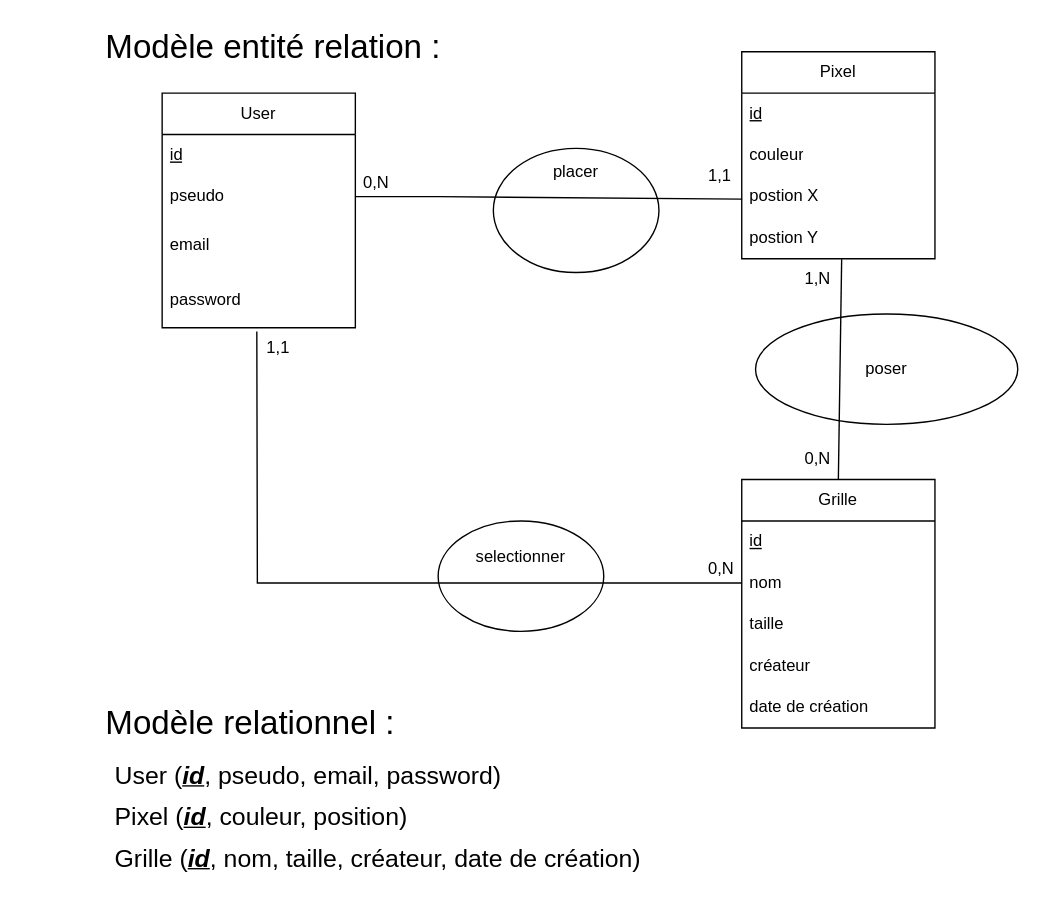
Before: model bdd/Pixel_war_modele_entite_association_et_relationnel.drawio in HelleEvan/Projet_Pixel_War_Helle_Evan, a draw.io diagram. Source tidied: cells renumbered, new cells numbered last; positions are measured from the earlier drawing's top-left corner, leaving out a move shared by most shapes. Both pictures are drawn from the tidied source at 138%, with x=0, y=0 at pixel (23, 23).
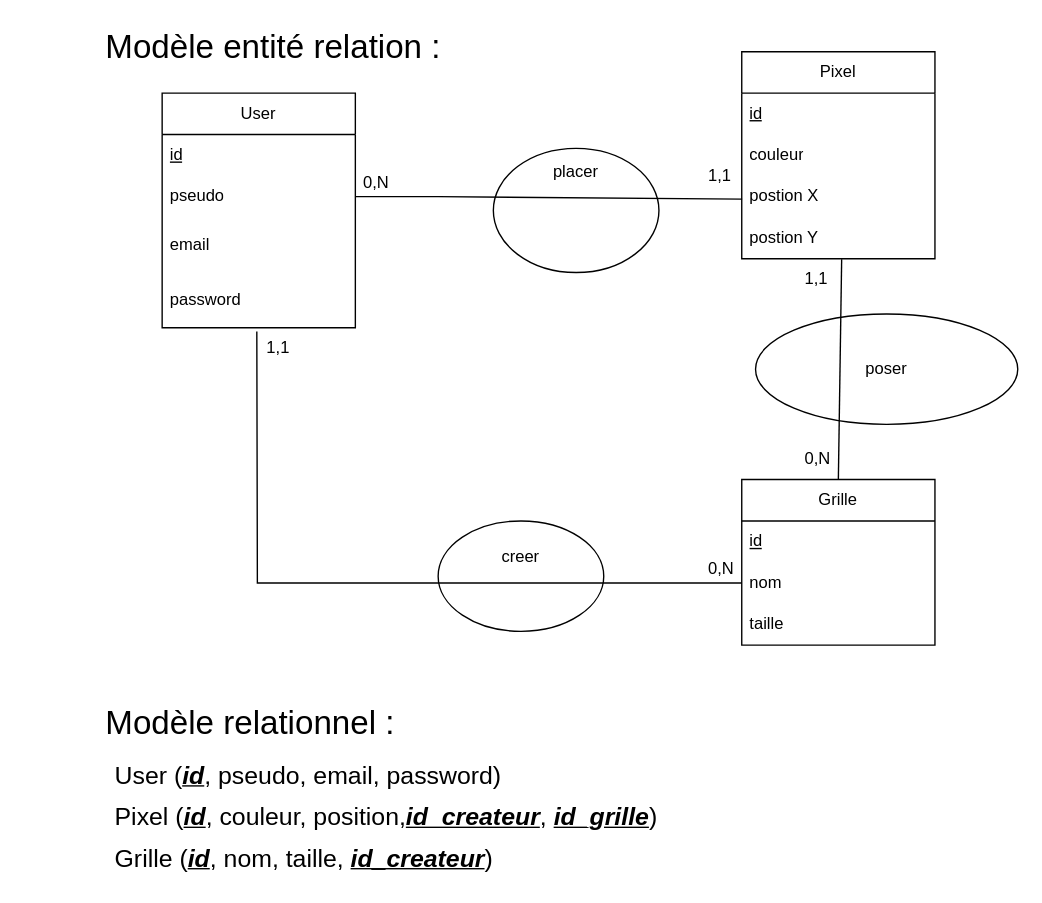
The same diagram, later.

Commit message (it also covers changes not shown here):
changement dans le modele relation association

What changed in the source:
```diff
@@
     <mxCell id="9" value="Grille" style="swimlane;fontStyle=0;horizontal=1;startSize=30;whiteSpace=wrap;html=1;" parent="1" vertex="1">
-      <mxGeometry x="520" y="330" width="140" height="180" as="geometry" />
+      <mxGeometry x="520" y="330" width="140" height="120" as="geometry" />
     </mxCell>
@@
-    <mxCell id="13" value="créateur" style="text;strokeColor=none;fillColor=none;align=left;verticalAlign=middle;spacingLeft=4;spacingRight=4;overflow=hidden;whiteSpace=wrap;html=1;" parent="9" vertex="1">
-      <mxGeometry y="120" width="140" height="30" as="geometry" />
-    </mxCell>
-    <mxCell id="14" value="date de création" style="text;strokeColor=none;fillColor=none;align=left;verticalAlign=middle;spacingLeft=4;spacingRight=4;overflow=hidden;whiteSpace=wrap;html=1;" parent="9" vertex="1">
-      <mxGeometry y="150" width="140" height="30" as="geometry" />
-    </mxCell>
@@
-    <mxCell id="24" value="1,N" style="text;strokeColor=none;fillColor=none;align=left;verticalAlign=middle;spacingLeft=4;spacingRight=4;overflow=hidden;points=[[0,0.5],[1,0.5]];portConstraint=eastwest;whiteSpace=wrap;html=1;" parent="1" vertex="1">
+    <mxCell id="24" value="1,1" style="text;strokeColor=none;fillColor=none;align=left;verticalAlign=middle;spacingLeft=4;spacingRight=4;overflow=hidden;points=[[0,0.5],[1,0.5]];portConstraint=eastwest;whiteSpace=wrap;html=1;" parent="1" vertex="1">
       <mxGeometry x="560" y="170" width="30" height="30" as="geometry" />
     </mxCell>
@@
-    <mxCell id="26" value="selectionner&lt;div&gt;&lt;br&gt;&lt;/div&gt;&lt;div&gt;&lt;br&gt;&lt;/div&gt;" style="ellipse;whiteSpace=wrap;html=1;" parent="1" vertex="1">
+    <mxCell id="26" value="&lt;div&gt;&lt;span style=&quot;background-color: initial;&quot;&gt;creer&lt;/span&gt;&lt;br&gt;&lt;/div&gt;&lt;div&gt;&lt;span style=&quot;background-color: initial;&quot;&gt;&lt;br&gt;&lt;/span&gt;&lt;/div&gt;&lt;div&gt;&lt;span style=&quot;background-color: initial;&quot;&gt;&lt;br&gt;&lt;/span&gt;&lt;/div&gt;" style="ellipse;whiteSpace=wrap;html=1;" parent="1" vertex="1">
       <mxGeometry x="300" y="360" width="120" height="80" as="geometry" />
     </mxCell>
@@
-    <mxCell id="33" value="&lt;font style=&quot;font-size: 18px;&quot;&gt;Pixel (&lt;i&gt;&lt;b&gt;&lt;u&gt;id&lt;/u&gt;&lt;/b&gt;&lt;/i&gt;, couleur, position)&lt;/font&gt;" style="text;strokeColor=none;fillColor=none;align=left;verticalAlign=middle;spacingLeft=4;spacingRight=4;overflow=hidden;whiteSpace=wrap;html=1;" parent="1" vertex="1">
-      <mxGeometry x="60" y="560" width="320" height="30" as="geometry" />
+    <mxCell id="33" value="&lt;font style=&quot;font-size: 18px;&quot;&gt;Pixel (&lt;i&gt;&lt;b&gt;&lt;u&gt;id&lt;/u&gt;&lt;/b&gt;&lt;/i&gt;, couleur, position,&lt;b style=&quot;text-decoration-line: underline; font-style: italic;&quot;&gt;id_createur&lt;/b&gt;, &lt;b style=&quot;text-decoration-line: underline; font-style: italic;&quot;&gt;id_grille&lt;/b&gt;)&lt;/font&gt;" style="text;strokeColor=none;fillColor=none;align=left;verticalAlign=middle;spacingLeft=4;spacingRight=4;overflow=hidden;whiteSpace=wrap;html=1;" parent="1" vertex="1">
+      <mxGeometry x="60" y="560" width="660" height="30" as="geometry" />
     </mxCell>
-    <mxCell id="34" value="&lt;font style=&quot;font-size: 18px;&quot;&gt;Grille (&lt;i&gt;&lt;b&gt;&lt;u&gt;id&lt;/u&gt;&lt;/b&gt;&lt;/i&gt;, nom, taille, créateur, date de création)&lt;/font&gt;" style="text;strokeColor=none;fillColor=none;align=left;verticalAlign=middle;spacingLeft=4;spacingRight=4;overflow=hidden;whiteSpace=wrap;html=1;" parent="1" vertex="1">
-      <mxGeometry x="60" y="590" width="420" height="30" as="geometry" />
+    <mxCell id="34" value="&lt;font style=&quot;font-size: 18px;&quot;&gt;Grille (&lt;i&gt;&lt;b&gt;&lt;u&gt;id&lt;/u&gt;&lt;/b&gt;&lt;/i&gt;, nom, taille,&amp;nbsp;&lt;b&gt;&lt;i&gt;&lt;u&gt;id_createur&lt;/u&gt;&lt;/i&gt;&lt;/b&gt;)&lt;/font&gt;" style="text;strokeColor=none;fillColor=none;align=left;verticalAlign=middle;spacingLeft=4;spacingRight=4;overflow=hidden;whiteSpace=wrap;html=1;" parent="1" vertex="1">
+      <mxGeometry x="60" y="590" width="580" height="30" as="geometry" />
     </mxCell>
```
